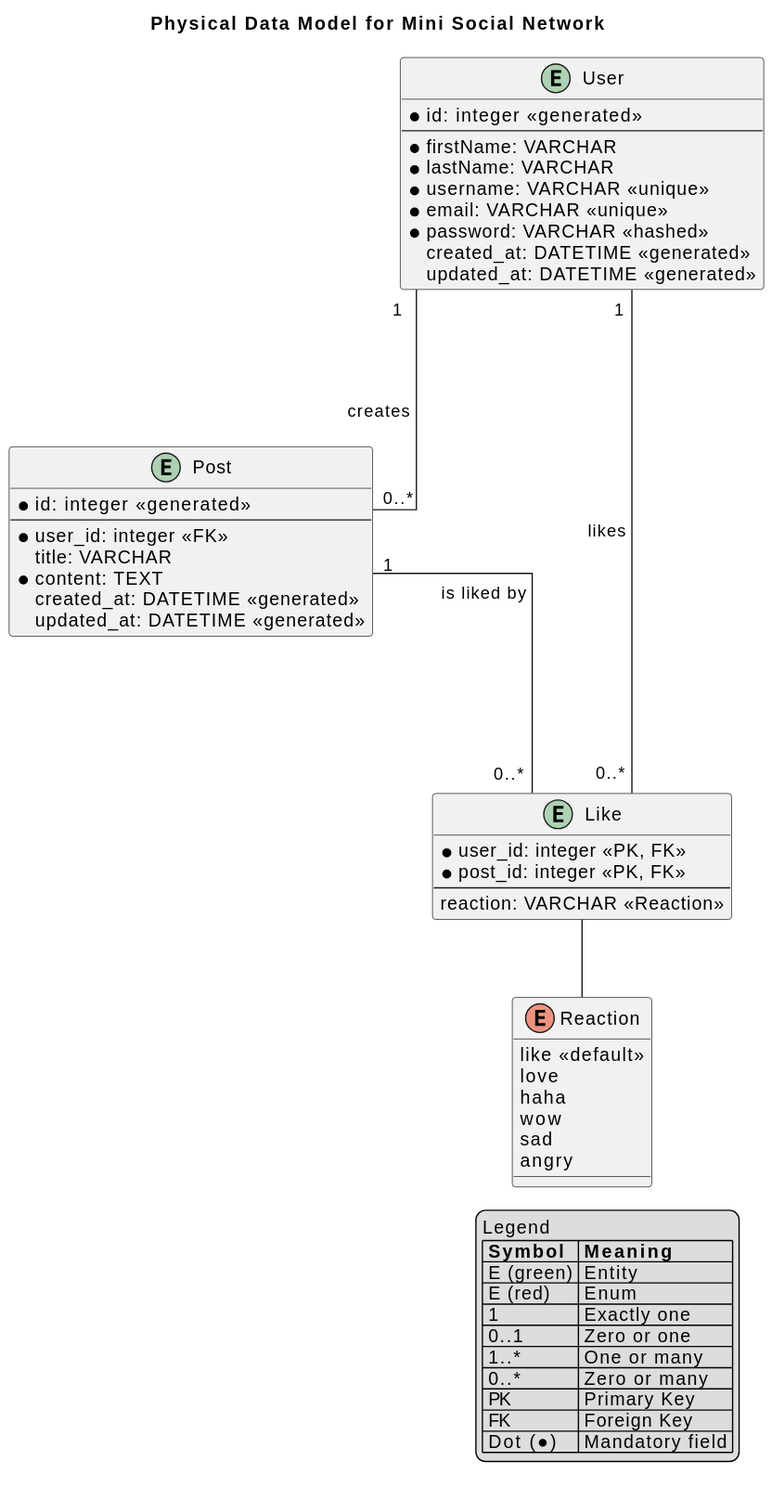
Above: 01-contenus-du-cours/03-bases-de-donnees-eloquent-et-modeles/02-mini-projet/images/physical-data-model.svg in heig-vd-devprodmed-course/heig-vd-devprodmed-course (PlantUML), before the change.
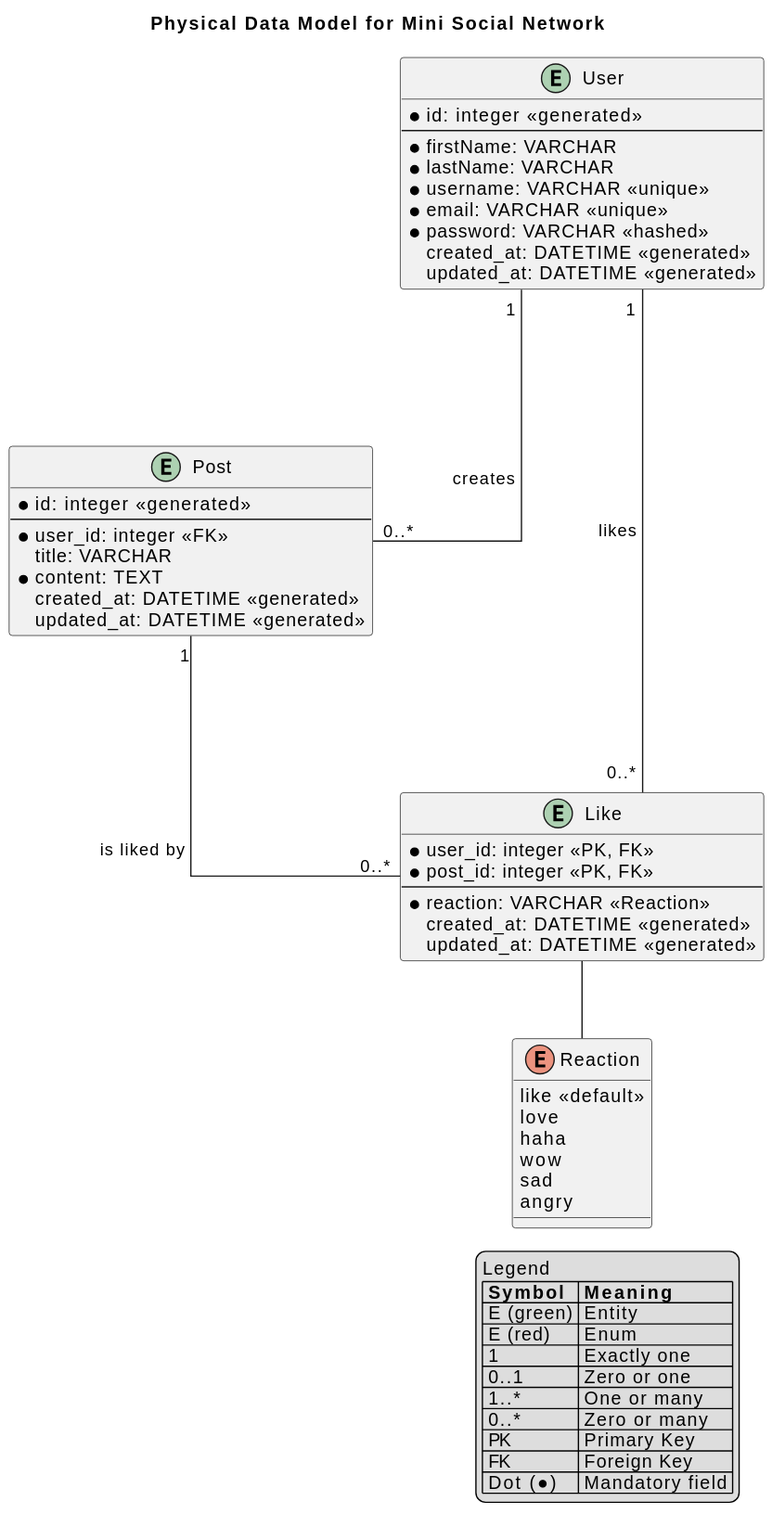
After the change.

The edit, as a diff of the source:
```diff
@@ -31,7 +31,9 @@
   * user_id: integer <<PK, FK>>
   * post_id: integer <<PK, FK>>
   --
-  reaction: VARCHAR <<Reaction>>
+  * reaction: VARCHAR <<Reaction>>
+  created_at: DATETIME <<generated>>
+  updated_at: DATETIME <<generated>>
 }
 
 enum Reaction {
```
